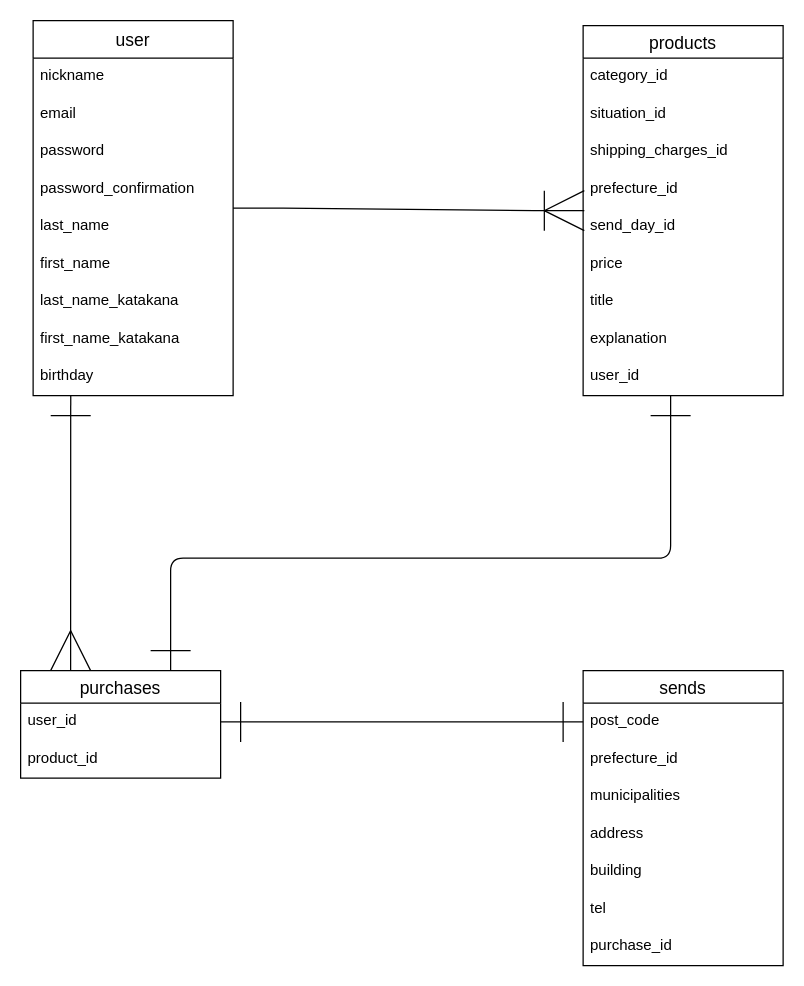
Before: furima.dio in tkmprogram/furima-37396, a draw.io diagram. Source tidied: cells renumbered, new cells numbered last; positions are measured from the earlier drawing's top-left corner, leaving out a move shared by most shapes. Both pictures are drawn from the tidied source at 125%, with x=0, y=0 at pixel (20, 20).
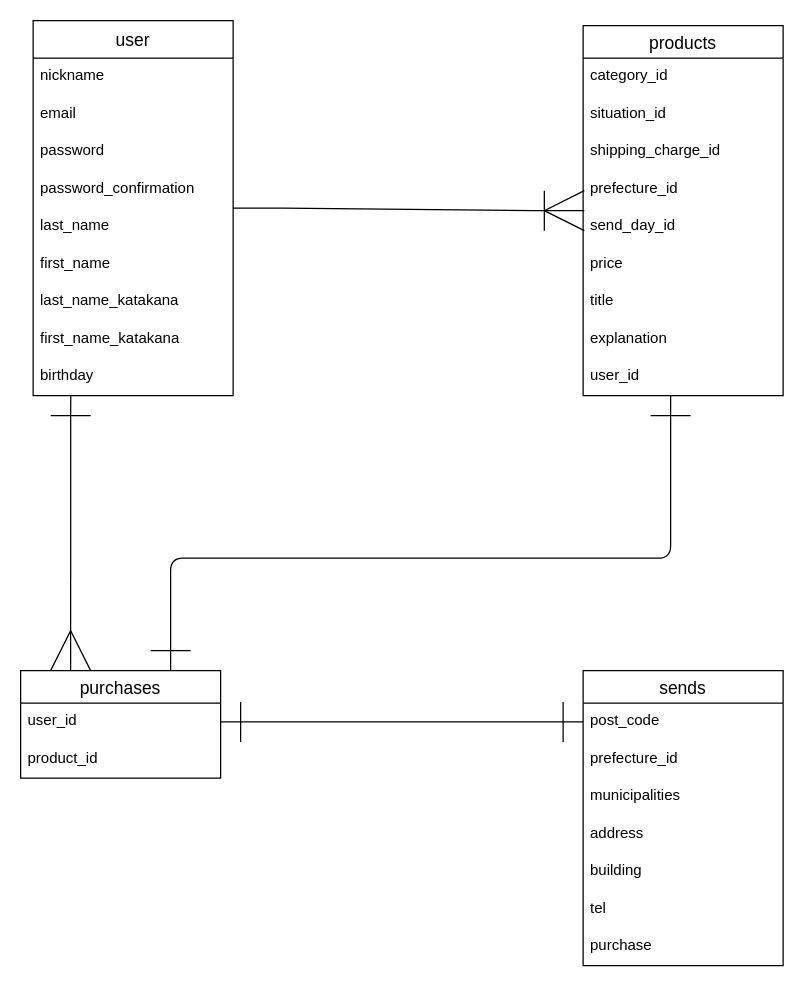
The same diagram, later.

The change refers to these unchanged cells:
```xml
<mxCell id="13" value="products" style="swimlane;fontStyle=0;horizontal=1;startSize=26;align=center;fontSize=14;" parent="1" vertex="1">
  <mxGeometry x="450" y="4" width="160" height="296" as="geometry" />
</mxCell>
<mxCell id="27" value="sends" style="swimlane;fontStyle=0;horizontal=1;startSize=26;align=center;fontSize=14;" parent="1" vertex="1">
  <mxGeometry x="450" y="520" width="160" height="236" as="geometry" />
</mxCell>
```

What changed in the source:
```diff
@@
-    <mxCell id="16" value="shipping_charges_id" style="text;strokeColor=none;fillColor=none;spacingLeft=4;spacingRight=4;overflow=hidden;fontSize=12;" parent="13" vertex="1">
+    <mxCell id="16" value="shipping_charge_id" style="text;strokeColor=none;fillColor=none;spacingLeft=4;spacingRight=4;overflow=hidden;fontSize=12;" parent="13" vertex="1">
       <mxGeometry y="86" width="160" height="30" as="geometry" />
     </mxCell>
@@
-    <mxCell id="34" value="purchase_id" style="text;strokeColor=none;fillColor=none;spacingLeft=4;spacingRight=4;overflow=hidden;fontSize=12;" parent="27" vertex="1">
+    <mxCell id="34" value="purchase" style="text;strokeColor=none;fillColor=none;spacingLeft=4;spacingRight=4;overflow=hidden;fontSize=12;" parent="27" vertex="1">
       <mxGeometry y="206" width="160" height="30" as="geometry" />
     </mxCell>
```
